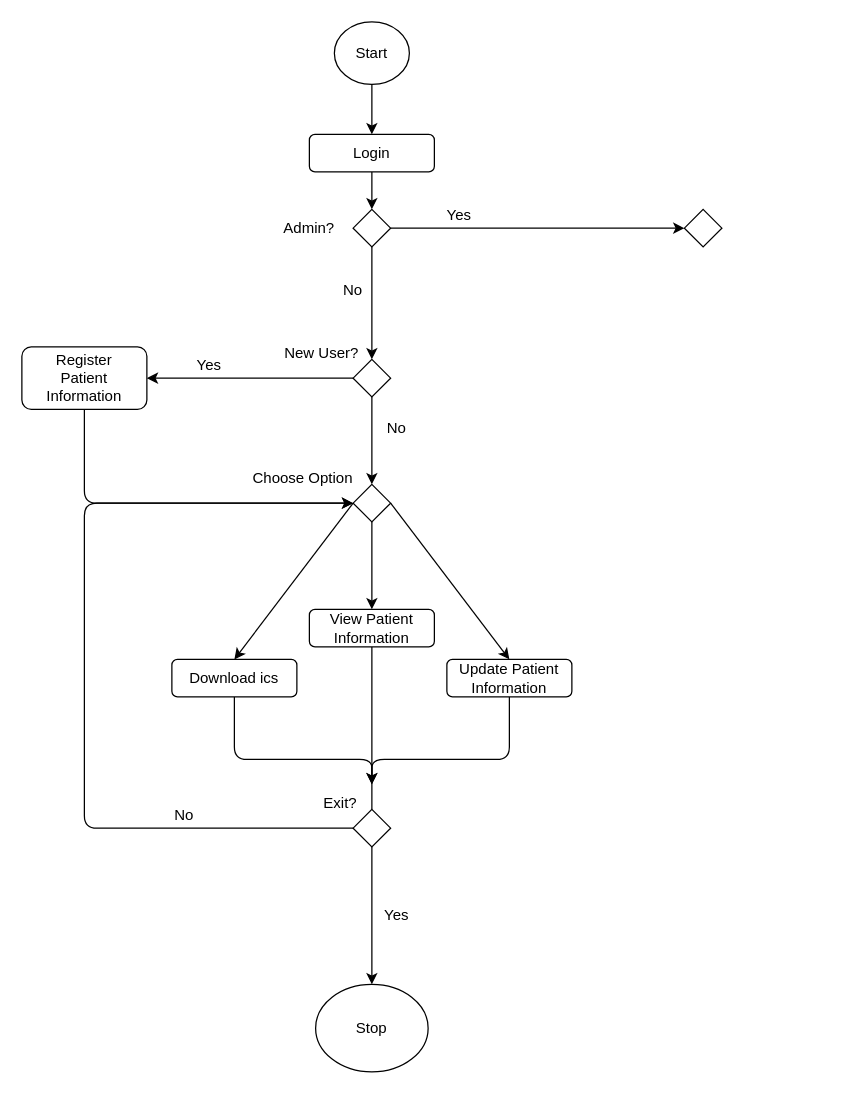
JonahKayizzi/life-prognosis-gahinga6 keeps this draw.io diagram as page "ActivityDiagram" (2 of 2) of LifePrognosis-DesignDiagrams.drawio. Above is the earlier version. Source tidied: cells renumbered, new cells numbered last; positions are measured from the earlier drawing's top-left corner, leaving out a move shared by most shapes. Both pictures are drawn from the tidied source at 125%, with x=0, y=0 at pixel (21, 21).
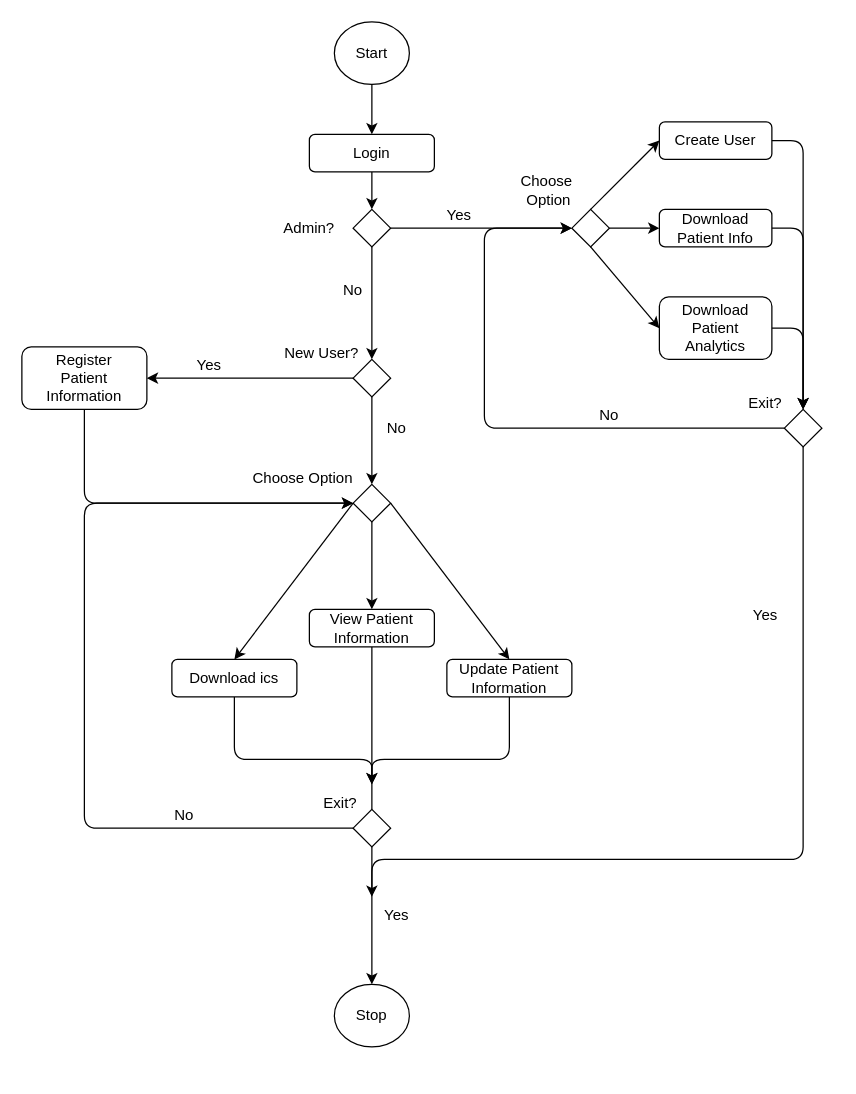
Above is the later version.

Commit message:
Add admin activity flow

Unchanged cells that the change refers to:
```xml
<mxCell id="29" style="rhombus;whiteSpace=wrap;html=1;" parent="1" vertex="1">
  <mxGeometry x="265" y="630" width="30" height="30" as="geometry" />
</mxCell>
```

Change to the diagram source:
```diff
@@
     <mxCell id="7" style="rhombus;whiteSpace=wrap;html=1;" parent="1" vertex="1">
-      <mxGeometry x="530" y="150" width="30" height="30" as="geometry" />
+      <mxGeometry x="440" y="150" width="30" height="30" as="geometry" />
     </mxCell>
@@
-    <mxCell id="34" value="Stop" style="ellipse;whiteSpace=wrap;html=1;" parent="1" vertex="1">
-      <mxGeometry x="235" y="770" width="90" height="70" as="geometry" />
-    </mxCell>
-    <mxCell id="35" style="endArrow=classic;html=1;exitX=0.5;exitY=1;exitDx=0;exitDy=0;entryX=0.5;entryY=0;entryDx=0;entryDy=0;" parent="1" edge="1" source="29" target="34">
-      <mxGeometry relative="1" as="geometry" />
+    <mxCell id="35" style="endArrow=classic;html=1;exitX=0.5;exitY=1;exitDx=0;exitDy=0;entryX=0.5;entryY=0;entryDx=0;entryDy=0;" parent="1" edge="1" source="29">
+      <mxGeometry relative="1" as="geometry">
+        <mxPoint x="280" y="770" as="targetPoint" />
+      </mxGeometry>
     </mxCell>
@@
+    <mxCell id="39" style="endArrow=classic;html=1;exitX=0.5;exitY=0;exitDx=0;exitDy=0;entryX=0;entryY=0.5;entryDx=0;entryDy=0;" parent="1" edge="1" source="7" target="42">
+      <mxGeometry relative="1" as="geometry" />
+    </mxCell>
+    <mxCell id="40" style="endArrow=classic;html=1;exitX=1;exitY=0.5;exitDx=0;exitDy=0;" parent="1" edge="1" source="7">
+      <mxGeometry relative="1" as="geometry">
+        <mxPoint x="510" y="165" as="targetPoint" />
+      </mxGeometry>
+    </mxCell>
+    <mxCell id="41" style="endArrow=classic;html=1;exitX=0.5;exitY=1;exitDx=0;exitDy=0;entryX=0;entryY=0.5;entryDx=0;entryDy=0;" parent="1" edge="1" source="7" target="44">
+      <mxGeometry relative="1" as="geometry" />
+    </mxCell>
+    <mxCell id="42" value="Create User" style="rounded=1;whiteSpace=wrap;html=1;" parent="1" vertex="1">
+      <mxGeometry x="510" y="80" width="90" height="30" as="geometry" />
+    </mxCell>
+    <mxCell id="43" value="Download Patient Info" style="rounded=1;whiteSpace=wrap;html=1;" parent="1" vertex="1">
+      <mxGeometry x="510" y="150" width="90" height="30" as="geometry" />
+    </mxCell>
+    <mxCell id="44" value="Download Patient Analytics" style="rounded=1;whiteSpace=wrap;html=1;" parent="1" vertex="1">
+      <mxGeometry x="510" y="220" width="90" height="50" as="geometry" />
+    </mxCell>
+    <mxCell id="45" value="Choose&lt;br&gt;&amp;nbsp;Option" style="text;html=1;strokeColor=none;fillColor=none;align=center;verticalAlign=middle;whiteSpace=wrap;rounded=0;" parent="1" vertex="1">
+      <mxGeometry x="370" y="120" width="100" height="30" as="geometry" />
+    </mxCell>
+    <mxCell id="46" style="rhombus;whiteSpace=wrap;html=1;" parent="1" vertex="1">
+      <mxGeometry x="610" y="310" width="30" height="30" as="geometry" />
+    </mxCell>
+    <mxCell id="47" style="endArrow=classic;html=1;exitX=1;exitY=0.5;exitDx=0;exitDy=0;entryX=0.5;entryY=0;entryDx=0;entryDy=0;edgeStyle=orthogonalEdgeStyle;" parent="1" edge="1" source="42" target="46">
+      <mxGeometry relative="1" as="geometry" />
+    </mxCell>
+    <mxCell id="48" style="endArrow=classic;html=1;exitX=1;exitY=0.5;exitDx=0;exitDy=0;entryX=0.5;entryY=0;entryDx=0;entryDy=0;edgeStyle=orthogonalEdgeStyle;" parent="1" edge="1" source="43" target="46">
+      <mxGeometry relative="1" as="geometry" />
+    </mxCell>
+    <mxCell id="49" style="endArrow=classic;html=1;exitX=1;exitY=0.5;exitDx=0;exitDy=0;entryX=0.5;entryY=0;entryDx=0;entryDy=0;edgeStyle=orthogonalEdgeStyle;" parent="1" edge="1" source="44" target="46">
+      <mxGeometry relative="1" as="geometry" />
+    </mxCell>
+    <mxCell id="50" value="Exit?" style="text;html=1;strokeColor=none;fillColor=none;align=center;verticalAlign=middle;whiteSpace=wrap;rounded=0;" parent="1" vertex="1">
+      <mxGeometry x="540" y="290" width="110" height="30" as="geometry" />
+    </mxCell>
+    <mxCell id="51" style="endArrow=classic;html=1;exitX=0.5;exitY=1;exitDx=0;exitDy=0;edgeStyle=orthogonalEdgeStyle;" parent="1" edge="1" source="46">
+      <mxGeometry relative="1" as="geometry">
+        <mxPoint x="280" y="700" as="targetPoint" />
+        <Array as="points">
+          <mxPoint x="625" y="670" />
+          <mxPoint x="280" y="670" />
+        </Array>
+      </mxGeometry>
+    </mxCell>
+    <mxCell id="52" value="Yes" style="text;html=1;strokeColor=none;fillColor=none;align=center;verticalAlign=middle;whiteSpace=wrap;rounded=0;" parent="1" vertex="1">
+      <mxGeometry x="540" y="460" width="110" height="30" as="geometry" />
+    </mxCell>
+    <mxCell id="53" style="endArrow=classic;html=1;exitX=0;exitY=0.5;exitDx=0;exitDy=0;entryX=0;entryY=0.5;entryDx=0;entryDy=0;edgeStyle=orthogonalEdgeStyle;" parent="1" edge="1" source="46" target="7">
+      <mxGeometry relative="1" as="geometry">
+        <Array as="points">
+          <mxPoint x="370" y="325" />
+          <mxPoint x="370" y="165" />
+        </Array>
+      </mxGeometry>
+    </mxCell>
+    <mxCell id="54" value="No" style="text;html=1;strokeColor=none;fillColor=none;align=center;verticalAlign=middle;whiteSpace=wrap;rounded=0;" parent="1" vertex="1">
+      <mxGeometry x="430" y="300" width="80" height="30" as="geometry" />
+    </mxCell>
+    <mxCell id="34" value="Stop" style="ellipse;whiteSpace=wrap;html=1;" parent="1" vertex="1">
+      <mxGeometry x="250" y="770" width="60" height="50" as="geometry" />
+    </mxCell>
```
